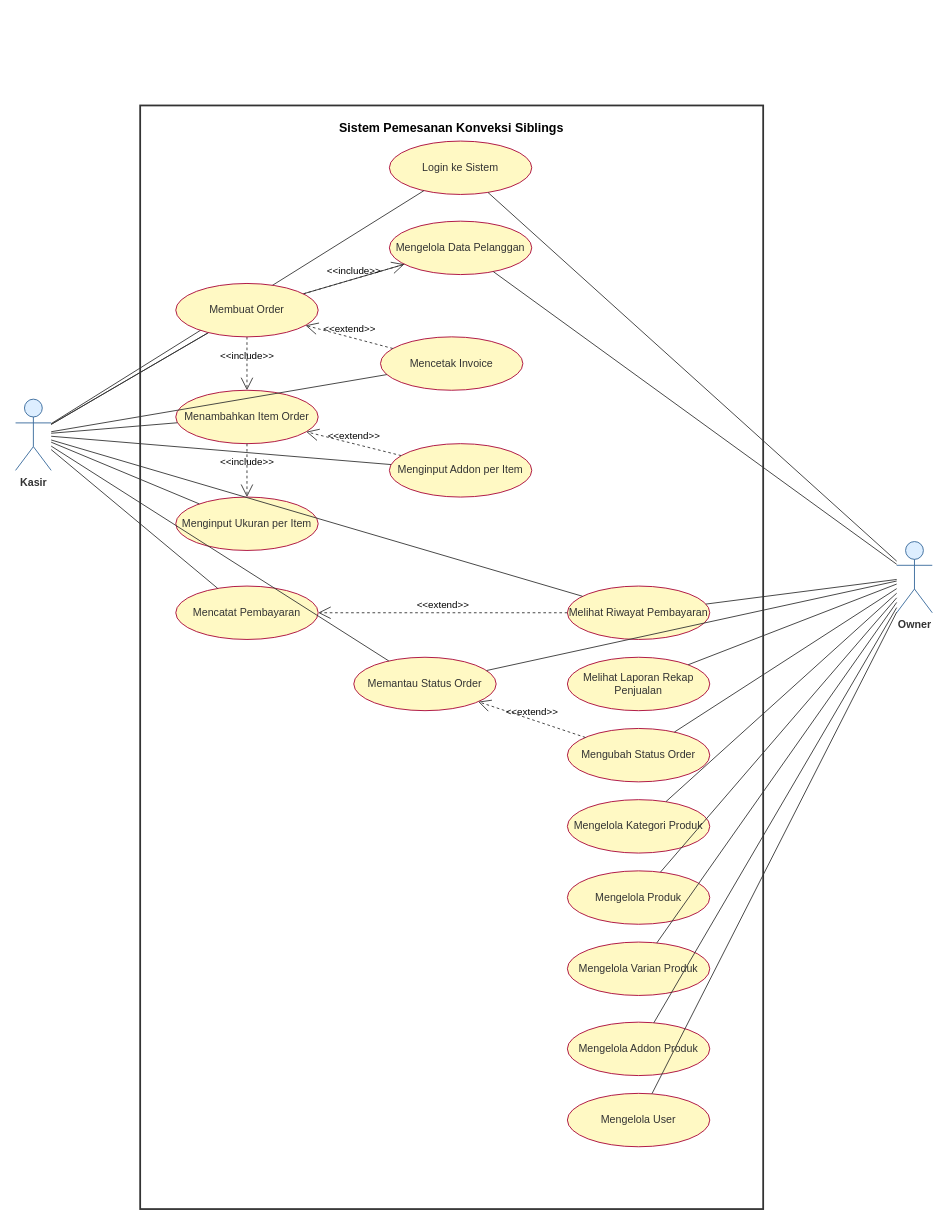
The draw.io diagram page "USE CASE" (2 of 9) of ALL UML.drawio in K35x/si_siblings_uml, before the edit. Source tidied: cells renumbered, new cells numbered last; positions are measured from the earlier drawing's top-left corner, leaving out a move shared by most shapes. Both pictures are drawn from the tidied source at 89%, with x=0, y=0 at pixel (15, 105).
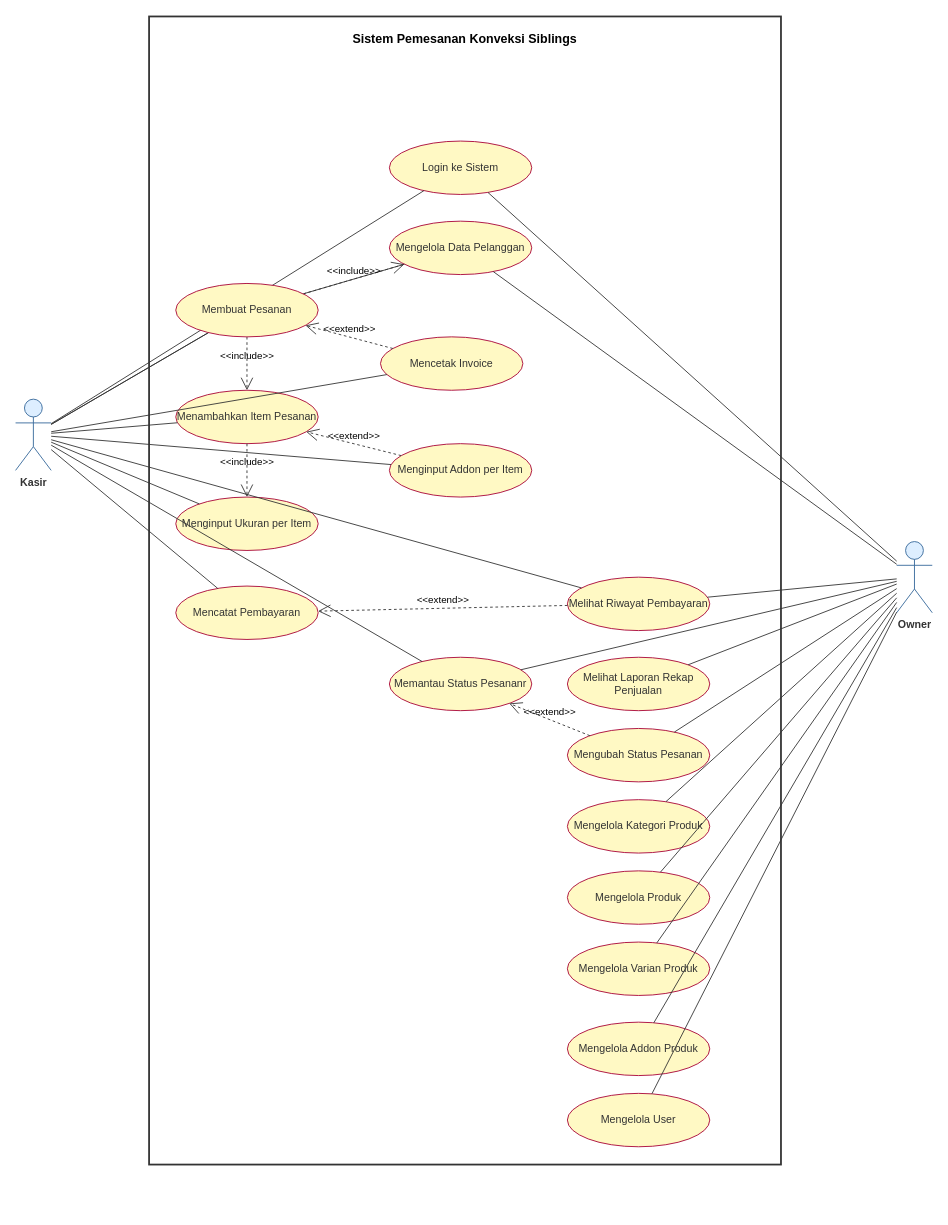
The same diagram, later.

What changed in the source:
```diff
@@
     <mxCell id="2" value="Sistem Pemesanan Konveksi Siblings" style="rounded=0;whiteSpace=wrap;html=1;fillColor=none;verticalAlign=top;align=center;fontStyle=1;fontSize=14;spacingTop=10;strokeColor=#333333;strokeWidth=2;" parent="1" vertex="1">
-      <mxGeometry x="140" width="700" height="1240" as="geometry" />
+      <mxGeometry x="150" y="-100" width="710" height="1290" as="geometry" />
     </mxCell>
@@
-    <mxCell id="8" value="Menambahkan Item Order" style="ellipse;whiteSpace=wrap;html=1;fillColor=#FFF9C4;strokeColor=#A80036;fontColor=#333333;" parent="1" vertex="1">
+    <mxCell id="8" value="Menambahkan Item Pesanan" style="ellipse;whiteSpace=wrap;html=1;fillColor=#FFF9C4;strokeColor=#A80036;fontColor=#333333;" parent="1" vertex="1">
       <mxGeometry x="180" y="320" width="160" height="60" as="geometry" />
     </mxCell>
@@
     <mxCell id="12" value="Melihat Riwayat Pembayaran" style="ellipse;whiteSpace=wrap;html=1;fillColor=#FFF9C4;strokeColor=#A80036;fontColor=#333333;" parent="1" vertex="1">
-      <mxGeometry x="620" y="540" width="160" height="60" as="geometry" />
+      <mxGeometry x="620" y="530" width="160" height="60" as="geometry" />
     </mxCell>
-    <mxCell id="13" value="Memantau Status Order" style="ellipse;whiteSpace=wrap;html=1;fillColor=#FFF9C4;strokeColor=#A80036;fontColor=#333333;" parent="1" vertex="1">
-      <mxGeometry x="380" y="620" width="160" height="60" as="geometry" />
+    <mxCell id="13" value="Memantau Status Pesananr" style="ellipse;whiteSpace=wrap;html=1;fillColor=#FFF9C4;strokeColor=#A80036;fontColor=#333333;" parent="1" vertex="1">
+      <mxGeometry x="420" y="620" width="160" height="60" as="geometry" />
     </mxCell>
-    <mxCell id="14" value="Mengubah Status Order" style="ellipse;whiteSpace=wrap;html=1;fillColor=#FFF9C4;strokeColor=#A80036;fontColor=#333333;" parent="1" vertex="1">
+    <mxCell id="14" value="Mengubah Status Pesanan" style="ellipse;whiteSpace=wrap;html=1;fillColor=#FFF9C4;strokeColor=#A80036;fontColor=#333333;" parent="1" vertex="1">
       <mxGeometry x="620" y="700" width="160" height="60" as="geometry" />
     </mxCell>
@@
-    <mxCell id="50" value="Membuat Order" style="ellipse;whiteSpace=wrap;html=1;fillColor=#FFF9C4;strokeColor=#A80036;fontColor=#333333;" parent="1" vertex="1">
+    <mxCell id="50" value="Membuat Pesanan" style="ellipse;whiteSpace=wrap;html=1;fillColor=#FFF9C4;strokeColor=#A80036;fontColor=#333333;" parent="1" vertex="1">
       <mxGeometry x="180" y="200" width="160" height="60" as="geometry" />
     </mxCell>
```
